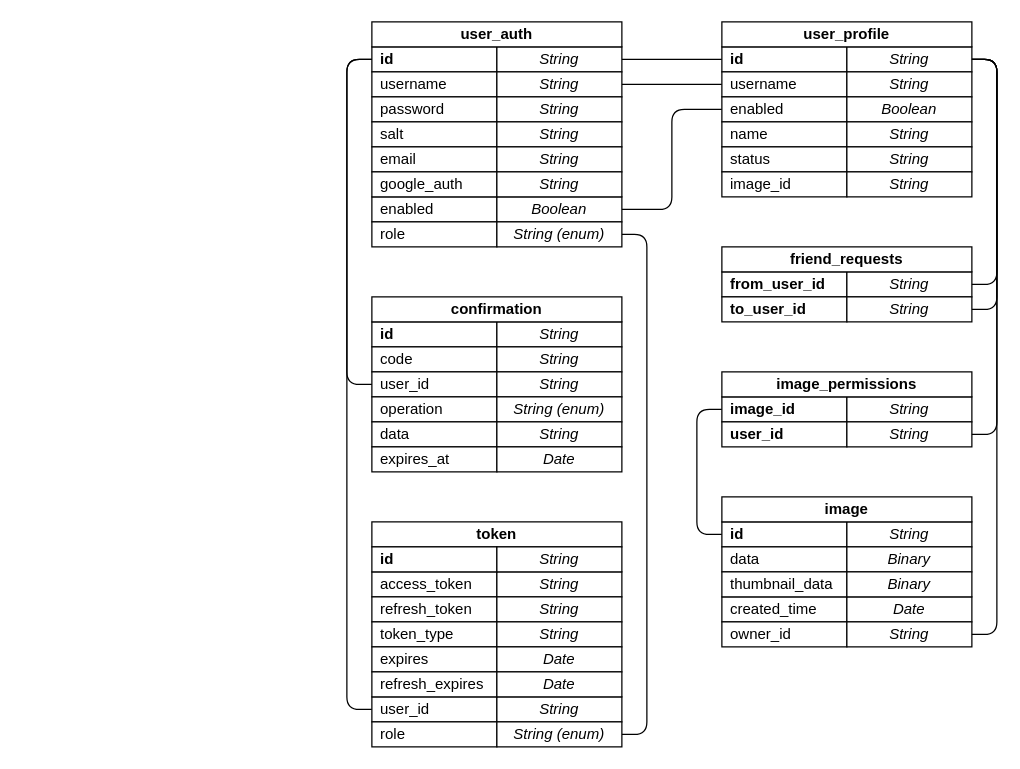
drsanches/photobooth keeps this draw.io diagram as doc/db_schema.drawio. Above is the earlier version. Source tidied: cells renumbered, new cells numbered last; positions are measured from the earlier drawing's top-left corner, leaving out a move shared by most shapes. Both pictures are drawn from the tidied source at 125%, with x=0, y=0 at pixel (346, 21).
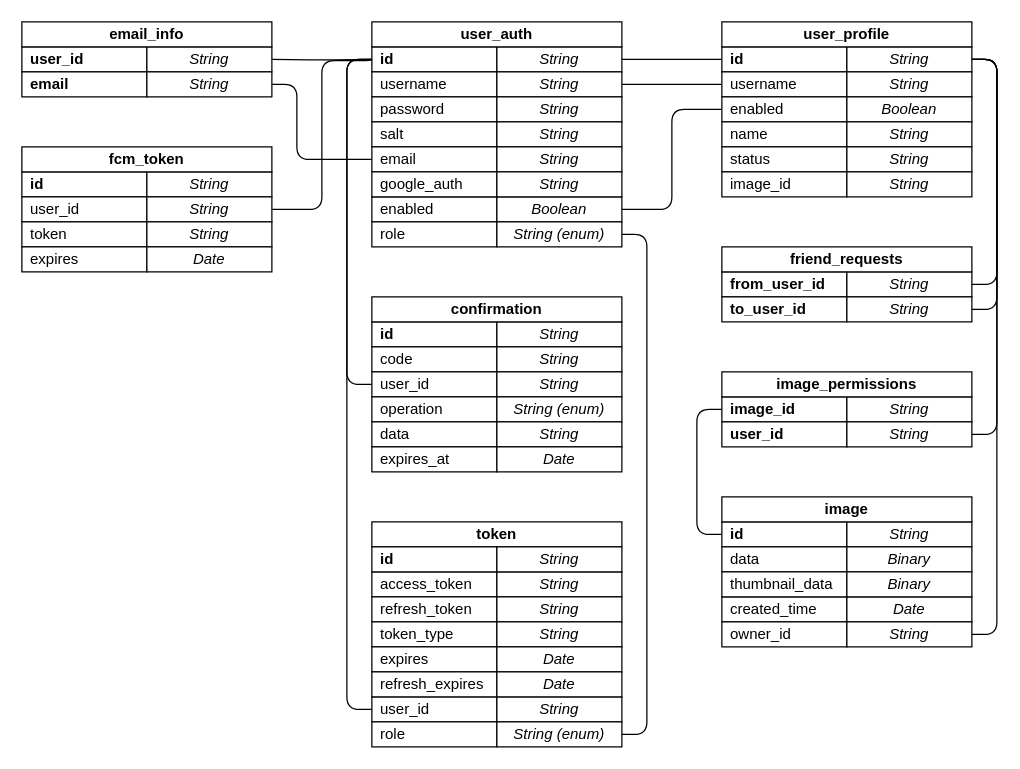
Above is the later version.

Unchanged cells that the change refers to:
```xml
<mxCell id="3" value="&lt;b&gt;id&lt;/b&gt;" style="rounded=0;whiteSpace=wrap;html=1;align=left;spacingLeft=5;" parent="1" vertex="1">
  <mxGeometry x="20" y="20" width="100" height="20" as="geometry" />
</mxCell>
<mxCell id="13" value="email" style="rounded=0;whiteSpace=wrap;html=1;align=left;spacingLeft=5;" parent="1" vertex="1">
  <mxGeometry x="20" y="100" width="100" height="20" as="geometry" />
</mxCell>
```

What changed in the source:
```diff
@@
+    <mxCell id="94" value="&lt;b&gt;user_id&lt;/b&gt;" style="rounded=0;whiteSpace=wrap;html=1;align=left;spacingLeft=5;" parent="1" vertex="1">
+      <mxGeometry x="-260" y="20" width="100" height="20" as="geometry" />
+    </mxCell>
+    <mxCell id="95" style="edgeStyle=orthogonalEdgeStyle;rounded=0;jettySize=auto;html=1;exitX=1;exitY=0.5;exitDx=0;exitDy=0;entryX=0;entryY=0.5;entryDx=0;entryDy=0;strokeColor=none;" parent="1" edge="1" source="96" target="3">
+      <mxGeometry relative="1" as="geometry" />
+    </mxCell>
+    <mxCell id="96" value="String" style="rounded=0;whiteSpace=wrap;html=1;spacingLeft=0;fontStyle=2;" parent="1" vertex="1">
+      <mxGeometry x="-160" y="20" width="100" height="20" as="geometry" />
+    </mxCell>
+    <mxCell id="97" value="&lt;b&gt;email&lt;/b&gt;" style="rounded=0;whiteSpace=wrap;html=1;align=left;spacingLeft=5;" parent="1" vertex="1">
+      <mxGeometry x="-260" y="40" width="100" height="20" as="geometry" />
+    </mxCell>
+    <mxCell id="98" value="String" style="rounded=0;whiteSpace=wrap;html=1;spacingLeft=0;fontStyle=2;" parent="1" vertex="1">
+      <mxGeometry x="-160" y="40" width="100" height="20" as="geometry" />
+    </mxCell>
+    <mxCell id="99" value="email_info" style="rounded=0;whiteSpace=wrap;html=1;fontStyle=1;" parent="1" vertex="1">
+      <mxGeometry x="-260" width="200" height="20" as="geometry" />
+    </mxCell>
+    <mxCell id="100" style="edgeStyle=orthogonalEdgeStyle;rounded=1;jettySize=auto;html=1;entryX=1;entryY=0.5;entryDx=0;entryDy=0;endArrow=none;endFill=0;" parent="1" edge="1" target="96">
+      <mxGeometry relative="1" as="geometry">
+        <mxPoint x="20" y="30" as="sourcePoint" />
+      </mxGeometry>
+    </mxCell>
+    <mxCell id="101" style="edgeStyle=orthogonalEdgeStyle;rounded=1;jettySize=auto;html=1;entryX=1;entryY=0.5;entryDx=0;entryDy=0;endArrow=none;endFill=0;exitX=0;exitY=0.5;exitDx=0;exitDy=0;" parent="1" edge="1" source="13" target="98">
+      <mxGeometry relative="1" as="geometry">
+        <Array as="points">
+          <mxPoint x="-40" y="110" />
+          <mxPoint x="-40" y="50" />
+        </Array>
+      </mxGeometry>
+    </mxCell>
+    <mxCell id="102" value="&lt;b&gt;id&lt;/b&gt;" style="rounded=0;whiteSpace=wrap;html=1;align=left;spacingLeft=5;" parent="1" vertex="1">
+      <mxGeometry x="-260" y="120" width="100" height="20" as="geometry" />
+    </mxCell>
+    <mxCell id="103" value="String" style="rounded=0;whiteSpace=wrap;html=1;spacingLeft=0;fontStyle=2;" parent="1" vertex="1">
+      <mxGeometry x="-160" y="120" width="100" height="20" as="geometry" />
+    </mxCell>
+    <mxCell id="104" value="user_id" style="rounded=0;whiteSpace=wrap;html=1;align=left;spacingLeft=5;" parent="1" vertex="1">
+      <mxGeometry x="-260" y="140" width="100" height="20" as="geometry" />
+    </mxCell>
+    <mxCell id="105" value="String" style="rounded=0;whiteSpace=wrap;html=1;spacingLeft=0;fontStyle=2;" parent="1" vertex="1">
+      <mxGeometry x="-160" y="140" width="100" height="20" as="geometry" />
+    </mxCell>
+    <mxCell id="106" value="fcm_token" style="rounded=0;whiteSpace=wrap;html=1;fontStyle=1;" parent="1" vertex="1">
+      <mxGeometry x="-260" y="100" width="200" height="20" as="geometry" />
+    </mxCell>
+    <mxCell id="107" value="token" style="rounded=0;whiteSpace=wrap;html=1;align=left;spacingLeft=5;" parent="1" vertex="1">
+      <mxGeometry x="-260" y="160" width="100" height="20" as="geometry" />
+    </mxCell>
+    <mxCell id="108" value="String" style="rounded=0;whiteSpace=wrap;html=1;spacingLeft=0;fontStyle=2;" parent="1" vertex="1">
+      <mxGeometry x="-160" y="160" width="100" height="20" as="geometry" />
+    </mxCell>
+    <mxCell id="109" value="expires" style="rounded=0;whiteSpace=wrap;html=1;align=left;spacingLeft=5;" parent="1" vertex="1">
+      <mxGeometry x="-260" y="180" width="100" height="20" as="geometry" />
+    </mxCell>
+    <mxCell id="110" value="Date" style="rounded=0;whiteSpace=wrap;html=1;spacingLeft=0;fontStyle=2;" parent="1" vertex="1">
+      <mxGeometry x="-160" y="180" width="100" height="20" as="geometry" />
+    </mxCell>
+    <mxCell id="111" style="edgeStyle=orthogonalEdgeStyle;rounded=1;jettySize=auto;html=1;entryX=1;entryY=0.5;entryDx=0;entryDy=0;endArrow=none;endFill=0;" parent="1" edge="1" target="105">
+      <mxGeometry relative="1" as="geometry">
+        <mxPoint x="20" y="30" as="sourcePoint" />
+        <Array as="points">
+          <mxPoint x="20" y="31" />
+          <mxPoint x="-20" y="31" />
+          <mxPoint x="-20" y="150" />
+        </Array>
+      </mxGeometry>
+    </mxCell>
```
